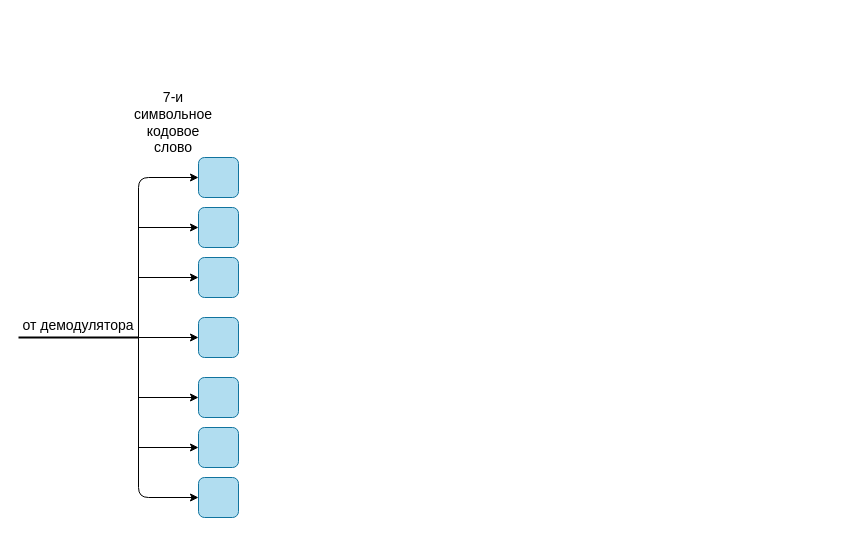
7Kseniya/itmo keeps this draw.io diagram as 1st semester/computer science/Диаграмма без названия.drawio. Above is the earlier version. Source tidied: cells renumbered, new cells numbered last; positions are measured from the earlier drawing's top-left corner, leaving out a move shared by most shapes. Both pictures are drawn from the tidied source at 100%, with x=0, y=0 at pixel (18, 87).
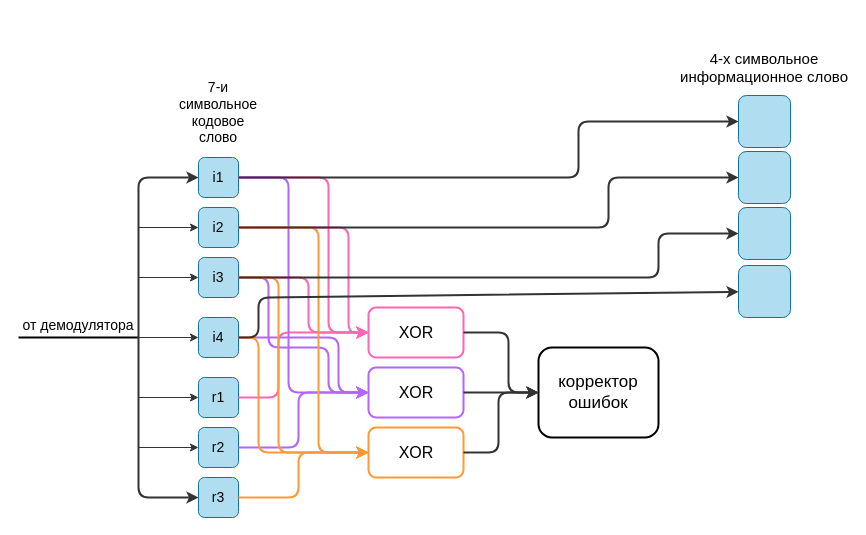
After the change.

Unchanged cells that the change refers to:
```xml
<mxCell id="17" style="rounded=1;whiteSpace=wrap;html=1;fillColor=#b1ddf0;strokeColor=#10739e;fillStyle=auto;" parent="1" vertex="1">
  <mxGeometry x="180" y="230" width="40" height="40" as="geometry" />
</mxCell>
```

What changed in the source:
```diff
@@
-    <mxCell id="4" style="endArrow=classic;html=1;rounded=1;" parent="1" edge="1">
+    <mxCell id="4" style="endArrow=classic;html=1;rounded=1;strokeColor=#333333;strokeWidth=2;" parent="1" edge="1">
       <mxGeometry relative="1" as="geometry">
         <mxPoint x="120" y="250" as="sourcePoint" />
         <mxPoint x="180" y="90" as="targetPoint" />
         <Array as="points">
           <mxPoint x="120" y="90" />
         </Array>
       </mxGeometry>
     </mxCell>
-    <mxCell id="5" style="endArrow=classic;html=1;rounded=1;" parent="1" edge="1">
+    <mxCell id="5" style="endArrow=classic;html=1;rounded=1;strokeColor=#333333;strokeWidth=2;" parent="1" edge="1">
       <mxGeometry relative="1" as="geometry">
         <mxPoint x="120" y="250" as="sourcePoint" />
         <mxPoint x="180" y="410" as="targetPoint" />
         <Array as="points">
           <mxPoint x="120" y="410" />
         </Array>
       </mxGeometry>
     </mxCell>
-    <mxCell id="6" style="endArrow=classic;html=1;rounded=1;" parent="1" edge="1">
+    <mxCell id="6" style="endArrow=classic;html=1;rounded=1;strokeColor=#333333;" parent="1" edge="1">
       <mxGeometry relative="1" as="geometry">
         <mxPoint x="120" y="250" as="sourcePoint" />
         <mxPoint x="180" y="250" as="targetPoint" />
       </mxGeometry>
     </mxCell>
-    <mxCell id="7" style="endArrow=classic;html=1;rounded=1;" parent="1" edge="1">
+    <mxCell id="7" style="endArrow=classic;html=1;rounded=1;strokeColor=#333333;" parent="1" edge="1">
       <mxGeometry relative="1" as="geometry">
         <mxPoint x="120" y="190" as="sourcePoint" />
         <mxPoint x="180" y="190" as="targetPoint" />
       </mxGeometry>
     </mxCell>
-    <mxCell id="8" style="endArrow=classic;html=1;rounded=1;" parent="1" edge="1">
+    <mxCell id="8" style="endArrow=classic;html=1;rounded=1;strokeColor=#333333;" parent="1" edge="1">
       <mxGeometry relative="1" as="geometry">
         <mxPoint x="120" y="140" as="sourcePoint" />
         <mxPoint x="180" y="140" as="targetPoint" />
       </mxGeometry>
     </mxCell>
-    <mxCell id="9" style="endArrow=classic;html=1;rounded=1;" parent="1" edge="1">
+    <mxCell id="9" style="endArrow=classic;html=1;rounded=1;strokeColor=#333333;" parent="1" edge="1">
       <mxGeometry relative="1" as="geometry">
         <mxPoint x="120" y="360" as="sourcePoint" />
         <mxPoint x="180" y="360" as="targetPoint" />
       </mxGeometry>
     </mxCell>
-    <mxCell id="10" style="endArrow=classic;html=1;rounded=1;" parent="1" edge="1">
+    <mxCell id="10" style="endArrow=classic;html=1;rounded=1;strokeColor=#333333;" parent="1" edge="1">
       <mxGeometry relative="1" as="geometry">
         <mxPoint x="120" y="310" as="sourcePoint" />
         <mxPoint x="180" y="310" as="targetPoint" />
       </mxGeometry>
     </mxCell>
@@
     <mxCell id="18" value="7-и символьное кодовое слово" style="text;html=1;strokeColor=none;fillColor=none;align=center;verticalAlign=middle;whiteSpace=wrap;rounded=0;fillStyle=auto;fontSize=14;" parent="1" vertex="1">
-      <mxGeometry x="110" width="90" height="70" as="geometry" />
+      <mxGeometry x="155" y="-10" width="90" height="70" as="geometry" />
     </mxCell>
+    <mxCell id="19" value="r1" style="text;html=1;strokeColor=none;fillColor=none;align=center;verticalAlign=middle;whiteSpace=wrap;rounded=0;fillStyle=auto;fontSize=14;" parent="1" vertex="1">
+      <mxGeometry x="170" y="295" width="60" height="30" as="geometry" />
+    </mxCell>
+    <mxCell id="20" value="r2" style="text;html=1;strokeColor=none;fillColor=none;align=center;verticalAlign=middle;whiteSpace=wrap;rounded=0;fillStyle=auto;fontSize=14;" parent="1" vertex="1">
+      <mxGeometry x="170" y="345" width="60" height="30" as="geometry" />
+    </mxCell>
+    <mxCell id="21" value="i1" style="text;html=1;strokeColor=none;fillColor=none;align=center;verticalAlign=middle;whiteSpace=wrap;rounded=0;fillStyle=auto;fontSize=14;" parent="1" vertex="1">
+      <mxGeometry x="170" y="75" width="60" height="30" as="geometry" />
+    </mxCell>
+    <mxCell id="22" value="i2" style="text;html=1;strokeColor=none;fillColor=none;align=center;verticalAlign=middle;whiteSpace=wrap;rounded=0;fillStyle=auto;fontSize=14;" parent="1" vertex="1">
+      <mxGeometry x="170" y="125" width="60" height="30" as="geometry" />
+    </mxCell>
+    <mxCell id="23" value="r3" style="text;html=1;strokeColor=none;fillColor=none;align=center;verticalAlign=middle;whiteSpace=wrap;rounded=0;fillStyle=auto;fontSize=14;" parent="1" vertex="1">
+      <mxGeometry x="170" y="395" width="60" height="30" as="geometry" />
+    </mxCell>
+    <mxCell id="24" value="i3" style="text;html=1;strokeColor=none;fillColor=none;align=center;verticalAlign=middle;whiteSpace=wrap;rounded=0;fillStyle=auto;fontSize=14;" parent="1" vertex="1">
+      <mxGeometry x="170" y="175" width="60" height="30" as="geometry" />
+    </mxCell>
+    <mxCell id="25" value="i4" style="text;html=1;strokeColor=none;fillColor=none;align=center;verticalAlign=middle;whiteSpace=wrap;rounded=0;fillStyle=auto;fontSize=14;" parent="1" vertex="1">
+      <mxGeometry x="170" y="235" width="60" height="30" as="geometry" />
+    </mxCell>
+    <mxCell id="26" style="rounded=1;whiteSpace=wrap;html=1;fillStyle=auto;fontSize=14;strokeColor=#FF66B3;strokeWidth=2;" parent="1" vertex="1">
+      <mxGeometry x="350" y="220" width="95" height="50" as="geometry" />
+    </mxCell>
+    <mxCell id="27" style="rounded=1;whiteSpace=wrap;html=1;fillStyle=auto;fontSize=14;strokeColor=#B266FF;strokeWidth=2;" parent="1" vertex="1">
+      <mxGeometry x="350" y="280" width="95" height="50" as="geometry" />
+    </mxCell>
+    <mxCell id="28" style="rounded=1;whiteSpace=wrap;html=1;fillStyle=auto;fontSize=14;strokeColor=#FF9933;strokeWidth=2;" parent="1" vertex="1">
+      <mxGeometry x="350" y="340" width="95" height="50" as="geometry" />
+    </mxCell>
+    <mxCell id="29" value="XOR" style="text;html=1;strokeColor=none;fillColor=none;align=center;verticalAlign=middle;whiteSpace=wrap;rounded=0;fillStyle=auto;fontSize=16;" parent="1" vertex="1">
+      <mxGeometry x="362.5" y="225" width="70" height="40" as="geometry" />
+    </mxCell>
+    <mxCell id="30" value="XOR" style="text;html=1;strokeColor=none;fillColor=none;align=center;verticalAlign=middle;whiteSpace=wrap;rounded=0;fillStyle=auto;fontSize=16;" parent="1" vertex="1">
+      <mxGeometry x="362.5" y="285" width="70" height="40" as="geometry" />
+    </mxCell>
+    <mxCell id="31" value="XOR" style="text;html=1;strokeColor=none;fillColor=none;align=center;verticalAlign=middle;whiteSpace=wrap;rounded=0;fillStyle=auto;fontSize=16;" parent="1" vertex="1">
+      <mxGeometry x="362.5" y="345" width="70" height="40" as="geometry" />
+    </mxCell>
+    <mxCell id="32" style="endArrow=classic;html=1;rounded=1;fontSize=16;exitX=0.833;exitY=0.5;exitDx=0;exitDy=0;exitPerimeter=0;entryX=0;entryY=0.5;entryDx=0;entryDy=0;strokeColor=#FF66B3;strokeWidth=2;" parent="1" edge="1" source="21" target="26">
+      <mxGeometry relative="1" as="geometry">
+        <Array as="points">
+          <mxPoint x="310" y="90" />
+          <mxPoint x="310" y="245" />
+        </Array>
+      </mxGeometry>
+    </mxCell>
+    <mxCell id="33" style="endArrow=classic;html=1;rounded=1;fontSize=16;entryX=0;entryY=0.5;entryDx=0;entryDy=0;strokeColor=#FF66B3;strokeWidth=2;" parent="1" edge="1" target="26">
+      <mxGeometry relative="1" as="geometry">
+        <mxPoint x="220" y="140" as="sourcePoint" />
+        <Array as="points">
+          <mxPoint x="330" y="140" />
+          <mxPoint x="330" y="245" />
+        </Array>
+      </mxGeometry>
+    </mxCell>
+    <mxCell id="34" style="endArrow=classic;html=1;rounded=1;fontSize=16;entryX=0;entryY=0.5;entryDx=0;entryDy=0;exitX=0.833;exitY=0.5;exitDx=0;exitDy=0;exitPerimeter=0;strokeColor=#FF66B3;strokeWidth=2;" parent="1" edge="1" source="24" target="26">
+      <mxGeometry relative="1" as="geometry">
+        <Array as="points">
+          <mxPoint x="290" y="190" />
+          <mxPoint x="290" y="245" />
+        </Array>
+      </mxGeometry>
+    </mxCell>
+    <mxCell id="35" style="endArrow=classic;html=1;rounded=1;fontSize=16;entryX=0;entryY=0.5;entryDx=0;entryDy=0;strokeColor=#FF66B3;strokeWidth=2;" parent="1" edge="1" target="26">
+      <mxGeometry relative="1" as="geometry">
+        <mxPoint x="220" y="310" as="sourcePoint" />
+        <Array as="points">
+          <mxPoint x="260" y="310" />
+          <mxPoint x="260" y="245" />
+        </Array>
+      </mxGeometry>
+    </mxCell>
+    <mxCell id="36" style="endArrow=classic;html=1;rounded=1;strokeColor=#B266FF;strokeWidth=2;fontSize=16;entryX=0;entryY=0.5;entryDx=0;entryDy=0;" parent="1" edge="1" target="27">
+      <mxGeometry relative="1" as="geometry">
+        <mxPoint x="220" y="90" as="sourcePoint" />
+        <Array as="points">
+          <mxPoint x="270" y="90" />
+          <mxPoint x="270" y="305" />
+        </Array>
+      </mxGeometry>
+    </mxCell>
+    <mxCell id="37" style="endArrow=classic;html=1;rounded=1;strokeColor=#B266FF;strokeWidth=2;fontSize=16;entryX=0;entryY=0.5;entryDx=0;entryDy=0;" parent="1" edge="1" target="27">
+      <mxGeometry relative="1" as="geometry">
+        <mxPoint x="220" y="190" as="sourcePoint" />
+        <Array as="points">
+          <mxPoint x="250" y="190" />
+          <mxPoint x="250" y="260" />
+          <mxPoint x="310" y="260" />
+          <mxPoint x="310" y="305" />
+        </Array>
+      </mxGeometry>
+    </mxCell>
+    <mxCell id="38" style="endArrow=classic;html=1;rounded=1;strokeColor=#B266FF;strokeWidth=2;fontSize=16;entryX=0;entryY=0.5;entryDx=0;entryDy=0;" parent="1" edge="1" target="27">
+      <mxGeometry relative="1" as="geometry">
+        <mxPoint x="220" y="250" as="sourcePoint" />
+        <Array as="points">
+          <mxPoint x="320" y="250" />
+          <mxPoint x="320" y="305" />
+        </Array>
+      </mxGeometry>
+    </mxCell>
+    <mxCell id="39" style="endArrow=classic;html=1;rounded=1;strokeColor=#B266FF;strokeWidth=2;fontSize=16;exitX=0.833;exitY=0.5;exitDx=0;exitDy=0;exitPerimeter=0;entryX=0;entryY=0.5;entryDx=0;entryDy=0;" parent="1" edge="1" source="20" target="27">
+      <mxGeometry relative="1" as="geometry">
+        <Array as="points">
+          <mxPoint x="280" y="360" />
+          <mxPoint x="280" y="305" />
+        </Array>
+      </mxGeometry>
+    </mxCell>
+    <mxCell id="40" style="endArrow=classic;html=1;rounded=1;strokeColor=#FF9933;strokeWidth=2;fontSize=16;exitX=0.833;exitY=0.5;exitDx=0;exitDy=0;exitPerimeter=0;entryX=0;entryY=0.5;entryDx=0;entryDy=0;" parent="1" edge="1" source="23" target="28">
+      <mxGeometry relative="1" as="geometry">
+        <Array as="points">
+          <mxPoint x="280" y="410" />
+          <mxPoint x="280" y="365" />
+        </Array>
+      </mxGeometry>
+    </mxCell>
+    <mxCell id="41" style="endArrow=classic;html=1;rounded=1;strokeColor=#FF9933;strokeWidth=2;fontSize=16;entryX=0;entryY=0.5;entryDx=0;entryDy=0;exitX=1;exitY=0.5;exitDx=0;exitDy=0;" parent="1" edge="1" source="17" target="28">
+      <mxGeometry relative="1" as="geometry">
+        <Array as="points">
+          <mxPoint x="240" y="250" />
+          <mxPoint x="240" y="365" />
+        </Array>
+      </mxGeometry>
+    </mxCell>
+    <mxCell id="42" style="endArrow=classic;html=1;rounded=1;strokeColor=#FF9933;strokeWidth=2;fontSize=16;entryX=0;entryY=0.5;entryDx=0;entryDy=0;" parent="1" edge="1" target="28">
+      <mxGeometry relative="1" as="geometry">
+        <mxPoint x="220" y="190" as="sourcePoint" />
+        <Array as="points">
+          <mxPoint x="260" y="190" />
+          <mxPoint x="260" y="365" />
+        </Array>
+      </mxGeometry>
+    </mxCell>
+    <mxCell id="43" style="endArrow=classic;html=1;rounded=1;strokeColor=#FF9933;strokeWidth=2;fontSize=16;entryX=0;entryY=0.5;entryDx=0;entryDy=0;" parent="1" edge="1" target="28">
+      <mxGeometry relative="1" as="geometry">
+        <mxPoint x="220" y="140" as="sourcePoint" />
+        <Array as="points">
+          <mxPoint x="300" y="140" />
+          <mxPoint x="300" y="365" />
+        </Array>
+      </mxGeometry>
+    </mxCell>
+    <mxCell id="44" style="rounded=1;whiteSpace=wrap;html=1;fillStyle=auto;strokeWidth=2;fontSize=16;" parent="1" vertex="1">
+      <mxGeometry x="520" y="260" width="120" height="90" as="geometry" />
+    </mxCell>
+    <mxCell id="45" value="корректор ошибок" style="text;html=1;strokeColor=none;fillColor=none;align=center;verticalAlign=middle;whiteSpace=wrap;rounded=0;fillStyle=auto;strokeWidth=2;fontSize=17;" parent="1" vertex="1">
+      <mxGeometry x="520" y="270" width="120" height="70" as="geometry" />
+    </mxCell>
+    <mxCell id="46" style="endArrow=classic;html=1;rounded=1;strokeColor=#333333;strokeWidth=2;fontSize=17;exitX=1;exitY=0.5;exitDx=0;exitDy=0;entryX=0;entryY=0.5;entryDx=0;entryDy=0;" parent="1" edge="1" source="26" target="45">
+      <mxGeometry relative="1" as="geometry">
+        <Array as="points">
+          <mxPoint x="490" y="245" />
+          <mxPoint x="490" y="305" />
+        </Array>
+      </mxGeometry>
+    </mxCell>
+    <mxCell id="47" style="endArrow=classic;html=1;rounded=1;strokeColor=#333333;strokeWidth=2;fontSize=17;exitX=1;exitY=0.5;exitDx=0;exitDy=0;entryX=0;entryY=0.5;entryDx=0;entryDy=0;" parent="1" edge="1" source="27" target="45">
+      <mxGeometry relative="1" as="geometry" />
+    </mxCell>
+    <mxCell id="48" style="endArrow=classic;html=1;rounded=1;strokeColor=#333333;strokeWidth=2;fontSize=17;exitX=1;exitY=0.5;exitDx=0;exitDy=0;entryX=0;entryY=0.5;entryDx=0;entryDy=0;" parent="1" edge="1" source="28" target="45">
+      <mxGeometry relative="1" as="geometry">
+        <Array as="points">
+          <mxPoint x="480" y="365" />
+          <mxPoint x="480" y="305" />
+        </Array>
+      </mxGeometry>
+    </mxCell>
+    <mxCell id="49" style="rounded=1;whiteSpace=wrap;html=1;fillColor=#b1ddf0;strokeColor=#10739e;fillStyle=auto;" parent="1" vertex="1">
+      <mxGeometry x="720" y="8" width="52" height="52" as="geometry" />
+    </mxCell>
+    <mxCell id="50" style="rounded=1;whiteSpace=wrap;html=1;fillColor=#b1ddf0;strokeColor=#10739e;fillStyle=auto;" parent="1" vertex="1">
+      <mxGeometry x="720" y="64" width="52" height="52" as="geometry" />
+    </mxCell>
+    <mxCell id="51" style="rounded=1;whiteSpace=wrap;html=1;fillColor=#b1ddf0;strokeColor=#10739e;fillStyle=auto;" parent="1" vertex="1">
+      <mxGeometry x="720" y="120" width="52" height="52" as="geometry" />
+    </mxCell>
+    <mxCell id="52" style="rounded=1;whiteSpace=wrap;html=1;fillColor=#b1ddf0;strokeColor=#10739e;fillStyle=auto;" parent="1" vertex="1">
+      <mxGeometry x="720" y="178" width="52" height="52" as="geometry" />
+    </mxCell>
+    <mxCell id="53" value="4-х символьное информационное слово" style="text;html=1;strokeColor=none;fillColor=none;align=center;verticalAlign=middle;whiteSpace=wrap;rounded=0;fillStyle=auto;strokeWidth=2;fontSize=15;" parent="1" vertex="1">
+      <mxGeometry x="661" y="-70" width="170" height="100" as="geometry" />
+    </mxCell>
+    <mxCell id="54" style="endArrow=classic;html=1;rounded=1;strokeColor=#333333;strokeWidth=2;fontSize=15;entryX=0;entryY=0.5;entryDx=0;entryDy=0;" parent="1" edge="1" target="49">
+      <mxGeometry relative="1" as="geometry">
+        <mxPoint x="220" y="90" as="sourcePoint" />
+        <Array as="points">
+          <mxPoint x="560" y="90" />
+          <mxPoint x="560" y="34" />
+        </Array>
+      </mxGeometry>
+    </mxCell>
+    <mxCell id="55" style="endArrow=classic;html=1;rounded=1;strokeColor=#333333;strokeWidth=2;fontSize=15;entryX=0;entryY=0.5;entryDx=0;entryDy=0;" parent="1" edge="1" target="50">
+      <mxGeometry relative="1" as="geometry">
+        <mxPoint x="220" y="140" as="sourcePoint" />
+        <Array as="points">
+          <mxPoint x="590" y="140" />
+          <mxPoint x="590" y="90" />
+        </Array>
+      </mxGeometry>
+    </mxCell>
+    <mxCell id="56" style="endArrow=classic;html=1;rounded=1;strokeColor=#333333;strokeWidth=2;fontSize=15;entryX=0;entryY=0.5;entryDx=0;entryDy=0;" parent="1" edge="1" target="51">
+      <mxGeometry relative="1" as="geometry">
+        <mxPoint x="220" y="190" as="sourcePoint" />
+        <Array as="points">
+          <mxPoint x="640" y="190" />
+          <mxPoint x="640" y="146" />
+        </Array>
+      </mxGeometry>
+    </mxCell>
+    <mxCell id="57" style="endArrow=classic;html=1;rounded=1;strokeColor=#333333;strokeWidth=2;fontSize=15;" parent="1" edge="1" target="52">
+      <mxGeometry relative="1" as="geometry">
+        <mxPoint x="220" y="250" as="sourcePoint" />
+        <Array as="points">
+          <mxPoint x="240" y="250" />
+          <mxPoint x="240" y="210" />
+        </Array>
+      </mxGeometry>
+    </mxCell>
```
